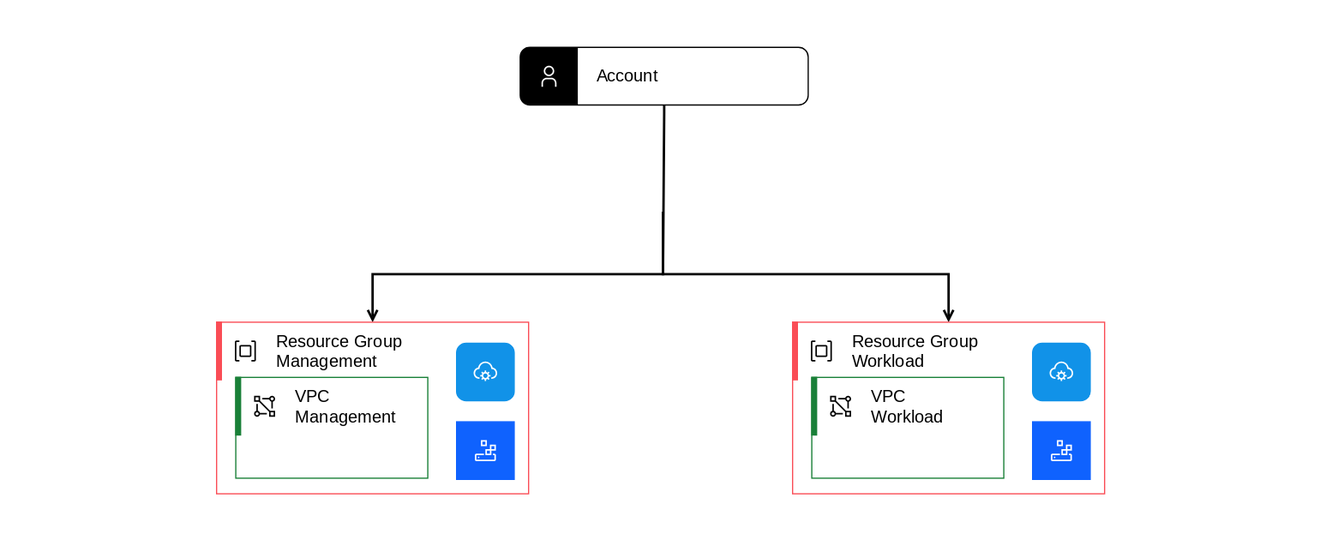
This is vpc/images/resource-organization/vpc-accounts-single-with-two-resource-groups-beta2.drawio.svg from ibm-cloud-docs/framework-financial-services, a draw.io export, as it was before one commit. Source tidied: cells renumbered, new cells last; positions are measured from the earlier drawing's top-left corner, leaving out a move shared by most shapes. Source of this version:
```xml
<mxGraphModel>
  <root>
    <mxCell id="0" />
    <mxCell id="1" parent="0" />
    <object id="2" label="&lt;font style='font-size: 14px' face='IBM Plex Sans SmBld'&gt;%Primary-Label%&lt;/font&gt;&lt;BR&gt;&lt;font style='font-size: 14px' face='IBM Plex Sans Regular'&gt;%Secondary-Text%&lt;/font&gt;" Badge-Text="" Icon-Name="user" Primary-Label="Account" Secondary-Text="" placeholders="1">
      <mxCell style="shape=mxgraph.ibm.base;ibmType=nodel;ibmLayout=expandedStack;strokeColor=#000000;fillColor=default;html=1;whiteSpace=wrap;fontFamily=IBM Plex Sans Regular;fontSize=14;image=;align=left;verticalAlign=middle;labelPosition=center;verticalLabelPosition=middle;spacing=0;spacingLeft=16;spacingRight=16;spacingTop=0;spacingBottom=0;fontColor=#000000;stackFill=1;" parent="1" vertex="1">
        <mxGeometry x="253" width="240" height="48" as="geometry" />
      </mxCell>
    </object>
    <mxCell id="3" style="edgeStyle=orthogonalEdgeStyle;rounded=0;jettySize=auto;html=1;exitX=0.5;exitY=1;exitDx=0;exitDy=0;exitPerimeter=0;entryX=0.5;entryY=0;entryDx=0;entryDy=0;entryPerimeter=0;fontSize=10;endArrow=open;endFill=0;strokeWidth=2;" parent="1" edge="1" target="5">
      <mxGeometry relative="1" as="geometry">
        <mxPoint x="372" y="137" as="sourcePoint" />
        <Array as="points">
          <mxPoint x="372" y="189" />
          <mxPoint x="130" y="189" />
        </Array>
      </mxGeometry>
    </mxCell>
    <mxCell id="4" style="edgeStyle=orthogonalEdgeStyle;rounded=0;jettySize=auto;html=1;exitX=0.5;exitY=1;exitDx=0;exitDy=0;exitPerimeter=0;entryX=0.5;entryY=0;entryDx=0;entryDy=0;entryPerimeter=0;fontSize=10;endArrow=open;endFill=0;strokeWidth=2;" parent="1" edge="1" source="2" target="9">
      <mxGeometry relative="1" as="geometry">
        <Array as="points">
          <mxPoint x="372" y="55" />
          <mxPoint x="372" y="189" />
          <mxPoint x="610" y="189" />
        </Array>
      </mxGeometry>
    </mxCell>
    <object id="5" label="&lt;font style='font-size: 14px' face='IBM Plex Sans SmBld'&gt;%Primary-Label%&lt;/font&gt;&lt;BR&gt;&lt;font style='font-size: 14px' face='IBM Plex Sans Regular'&gt;%Secondary-Text%&lt;/font&gt;" Badge-Text="" Icon-Name="group--resource" Primary-Label="Resource Group" Secondary-Text="Management" placeholders="1">
      <mxCell style="shape=mxgraph.ibm.base;ibmType=groupp;ibmLayout=expanded;strokeColor=#fa4d56;fillColor=default;html=1;whiteSpace=wrap;fontFamily=IBM Plex Sans Regular;fontSize=14;image=;align=left;verticalAlign=middle;labelPosition=center;verticalLabelPosition=middle;spacing=0;spacingLeft=16;spacingRight=16;spacingTop=0;spacingBottom=0;fontColor=#000000;" parent="1" vertex="1">
        <mxGeometry y="229" width="260" height="143" as="geometry" />
      </mxCell>
    </object>
    <object id="6" label="&lt;font style=&quot;font-size: 10px;&quot; face=&quot;IBM Plex Sans SmBld&quot;&gt;%Primary-Label%&lt;/font&gt;&lt;br style=&quot;font-size: 10px;&quot;&gt;&lt;font style=&quot;font-size: 10px;&quot; face=&quot;IBM Plex Sans Regular&quot;&gt;%Secondary-Text%&lt;/font&gt;" Badge-Text="" Icon-Name="cloud-services" Primary-Label="Cloud Services" Secondary-Text="" placeholders="1">
      <mxCell style="shape=mxgraph.ibm.base;ibmType=nodel;ibmLayout=collapsed;strokeColor=#1192e8;fillColor=none;html=1;fontFamily=IBM Plex Sans Regular;fontSize=10;image=;align=center;verticalAlign=top;labelPosition=center;verticalLabelPosition=bottom;spacing=0;spacingLeft=16;spacingRight=16;spacingTop=0;spacingBottom=4;fontColor=#000000;noLabel=1;" parent="5" vertex="1">
        <mxGeometry x="200" y="17.5" width="48" height="48" as="geometry" />
      </mxCell>
    </object>
    <object id="7" label="&lt;font style=&quot;font-size: 10px;&quot; face=&quot;IBM Plex Sans SmBld&quot;&gt;%Primary-Label%&lt;/font&gt;&lt;br style=&quot;font-size: 10px;&quot;&gt;&lt;font style=&quot;font-size: 10px;&quot; face=&quot;IBM Plex Sans Regular&quot;&gt;%Secondary-Text%&lt;/font&gt;" Badge-Text="" Icon-Name="object-storage" Primary-Label="COS" Secondary-Text="" placeholders="1">
      <mxCell style="shape=mxgraph.ibm.base;ibmType=nodep;ibmLayout=collapsed;strokeColor=#0f62fe;fillColor=none;html=1;whiteSpace=wrap;fontFamily=IBM Plex Sans Regular;fontSize=10;image=;align=center;verticalAlign=top;labelPosition=center;verticalLabelPosition=bottom;spacing=0;spacingLeft=16;spacingRight=16;spacingTop=0;spacingBottom=4;fontColor=#000000;noLabel=1;" parent="5" vertex="1">
        <mxGeometry x="200" y="83" width="48" height="48" as="geometry" />
      </mxCell>
    </object>
    <object id="8" label="&lt;font style='font-size: 14px' face='IBM Plex Sans SmBld'&gt;%Primary-Label%&lt;/font&gt;&lt;BR&gt;&lt;font style='font-size: 14px' face='IBM Plex Sans Regular'&gt;%Secondary-Text%&lt;/font&gt;" Badge-Text="" Icon-Name="virtual-private-cloud--alt" Primary-Label="VPC" Secondary-Text="Management" placeholders="1">
      <mxCell style="shape=mxgraph.ibm.base;ibmType=groupp;ibmLayout=expanded;strokeColor=#198038;fillColor=default;html=1;whiteSpace=wrap;fontFamily=IBM Plex Sans Regular;fontSize=14;image=;align=left;verticalAlign=middle;labelPosition=center;verticalLabelPosition=middle;spacing=0;spacingLeft=16;spacingRight=16;spacingTop=0;spacingBottom=0;fontColor=#000000;" parent="5" vertex="1">
        <mxGeometry x="16" y="46" width="160" height="84" as="geometry" />
      </mxCell>
    </object>
    <object id="9" label="&lt;font style='font-size: 14px' face='IBM Plex Sans SmBld'&gt;%Primary-Label%&lt;/font&gt;&lt;BR&gt;&lt;font style='font-size: 14px' face='IBM Plex Sans Regular'&gt;%Secondary-Text%&lt;/font&gt;" Badge-Text="" Icon-Name="group--resource" Primary-Label="Resource Group" Secondary-Text="Workload" placeholders="1">
      <mxCell style="shape=mxgraph.ibm.base;ibmType=groupp;ibmLayout=expanded;strokeColor=#fa4d56;fillColor=default;html=1;whiteSpace=wrap;fontFamily=IBM Plex Sans Regular;fontSize=14;image=;align=left;verticalAlign=middle;labelPosition=center;verticalLabelPosition=middle;spacing=0;spacingLeft=16;spacingRight=16;spacingTop=0;spacingBottom=0;fontColor=#000000;" parent="1" vertex="1">
        <mxGeometry x="480" y="229" width="260" height="143" as="geometry" />
      </mxCell>
    </object>
    <object id="10" label="&lt;font style=&quot;font-size: 10px;&quot; face=&quot;IBM Plex Sans SmBld&quot;&gt;%Primary-Label%&lt;/font&gt;&lt;br style=&quot;font-size: 10px;&quot;&gt;&lt;font style=&quot;font-size: 10px;&quot; face=&quot;IBM Plex Sans Regular&quot;&gt;%Secondary-Text%&lt;/font&gt;" Badge-Text="" Icon-Name="cloud-services" Primary-Label="Cloud Services" Secondary-Text="" placeholders="1">
      <mxCell style="shape=mxgraph.ibm.base;ibmType=nodel;ibmLayout=collapsed;strokeColor=#1192e8;fillColor=none;html=1;fontFamily=IBM Plex Sans Regular;fontSize=10;image=;align=center;verticalAlign=top;labelPosition=center;verticalLabelPosition=bottom;spacing=0;spacingLeft=16;spacingRight=16;spacingTop=0;spacingBottom=4;fontColor=#000000;noLabel=1;" parent="9" vertex="1">
        <mxGeometry x="200" y="17.5" width="48" height="48" as="geometry" />
      </mxCell>
    </object>
    <object id="11" label="&lt;font style=&quot;font-size: 10px;&quot; face=&quot;IBM Plex Sans SmBld&quot;&gt;%Primary-Label%&lt;/font&gt;&lt;br style=&quot;font-size: 10px;&quot;&gt;&lt;font style=&quot;font-size: 10px;&quot; face=&quot;IBM Plex Sans Regular&quot;&gt;%Secondary-Text%&lt;/font&gt;" Badge-Text="" Icon-Name="object-storage" Primary-Label="COS" Secondary-Text="" placeholders="1">
      <mxCell style="shape=mxgraph.ibm.base;ibmType=nodep;ibmLayout=collapsed;strokeColor=#0f62fe;fillColor=none;html=1;whiteSpace=wrap;fontFamily=IBM Plex Sans Regular;fontSize=10;image=;align=center;verticalAlign=top;labelPosition=center;verticalLabelPosition=bottom;spacing=0;spacingLeft=16;spacingRight=16;spacingTop=0;spacingBottom=4;fontColor=#000000;noLabel=1;" parent="9" vertex="1">
        <mxGeometry x="200" y="83" width="48" height="48" as="geometry" />
      </mxCell>
    </object>
    <object id="12" label="&lt;font style='font-size: 14px' face='IBM Plex Sans SmBld'&gt;%Primary-Label%&lt;/font&gt;&lt;BR&gt;&lt;font style='font-size: 14px' face='IBM Plex Sans Regular'&gt;%Secondary-Text%&lt;/font&gt;" Badge-Text="" Icon-Name="virtual-private-cloud--alt" Primary-Label="VPC" Secondary-Text="Workload" placeholders="1">
      <mxCell style="shape=mxgraph.ibm.base;ibmType=groupp;ibmLayout=expanded;strokeColor=#198038;fillColor=default;html=1;whiteSpace=wrap;fontFamily=IBM Plex Sans Regular;fontSize=14;image=;align=left;verticalAlign=middle;labelPosition=center;verticalLabelPosition=middle;spacing=0;spacingLeft=16;spacingRight=16;spacingTop=0;spacingBottom=0;fontColor=#000000;" parent="9" vertex="1">
        <mxGeometry x="16" y="46" width="160" height="84" as="geometry" />
      </mxCell>
    </object>
  </root>
</mxGraphModel>
```
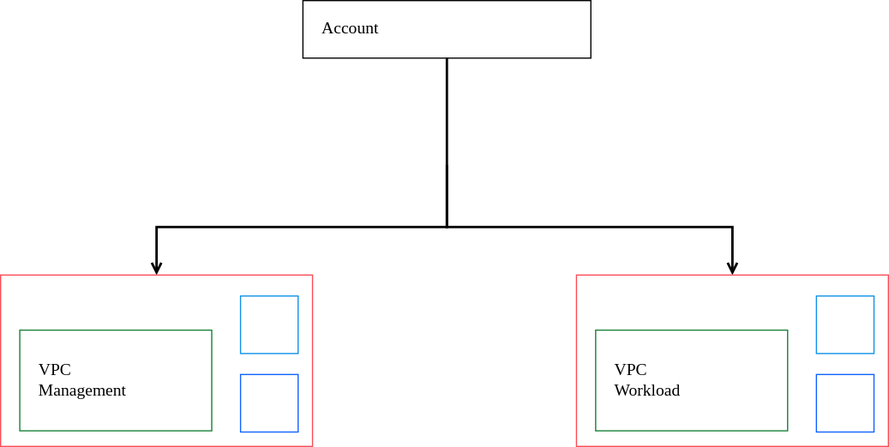
After the commit.

Diff of the diagram source:
```diff
@@ -1,10 +1,10 @@
-<mxGraphModel>
+<mxGraphModel background="#FFFFFF">
   <root>
     <mxCell id="0" />
     <mxCell id="1" parent="0" />
     <object id="2" label="&lt;font style='font-size: 14px' face='IBM Plex Sans SmBld'&gt;%Primary-Label%&lt;/font&gt;&lt;BR&gt;&lt;font style='font-size: 14px' face='IBM Plex Sans Regular'&gt;%Secondary-Text%&lt;/font&gt;" Badge-Text="" Icon-Name="user" Primary-Label="Account" Secondary-Text="" placeholders="1">
       <mxCell style="shape=mxgraph.ibm.base;ibmType=nodel;ibmLayout=expandedStack;strokeColor=#000000;fillColor=default;html=1;whiteSpace=wrap;fontFamily=IBM Plex Sans Regular;fontSize=14;image=;align=left;verticalAlign=middle;labelPosition=center;verticalLabelPosition=middle;spacing=0;spacingLeft=16;spacingRight=16;spacingTop=0;spacingBottom=0;fontColor=#000000;stackFill=1;" parent="1" vertex="1">
-        <mxGeometry x="253" width="240" height="48" as="geometry" />
+        <mxGeometry x="252" width="240" height="48" as="geometry" />
       </mxCell>
     </object>
     <mxCell id="3" style="edgeStyle=orthogonalEdgeStyle;rounded=0;jettySize=auto;html=1;exitX=0.5;exitY=1;exitDx=0;exitDy=0;exitPerimeter=0;entryX=0.5;entryY=0;entryDx=0;entryDy=0;entryPerimeter=0;fontSize=10;endArrow=open;endFill=0;strokeWidth=2;" parent="1" edge="1" target="5">
```
